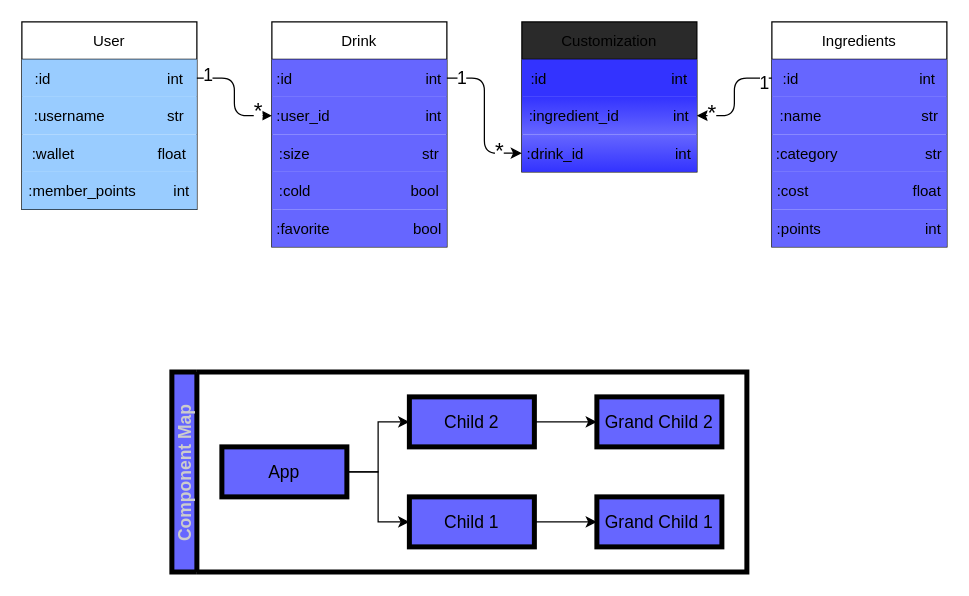
Before: !chart.drawio in peachyGB/BevBuy, a draw.io diagram. Source tidied: cells renumbered, new cells numbered last; positions are measured from the earlier drawing's top-left corner, leaving out a move shared by most shapes. Both pictures are drawn from the tidied source at 125%, with x=0, y=0 at pixel (21, 21).
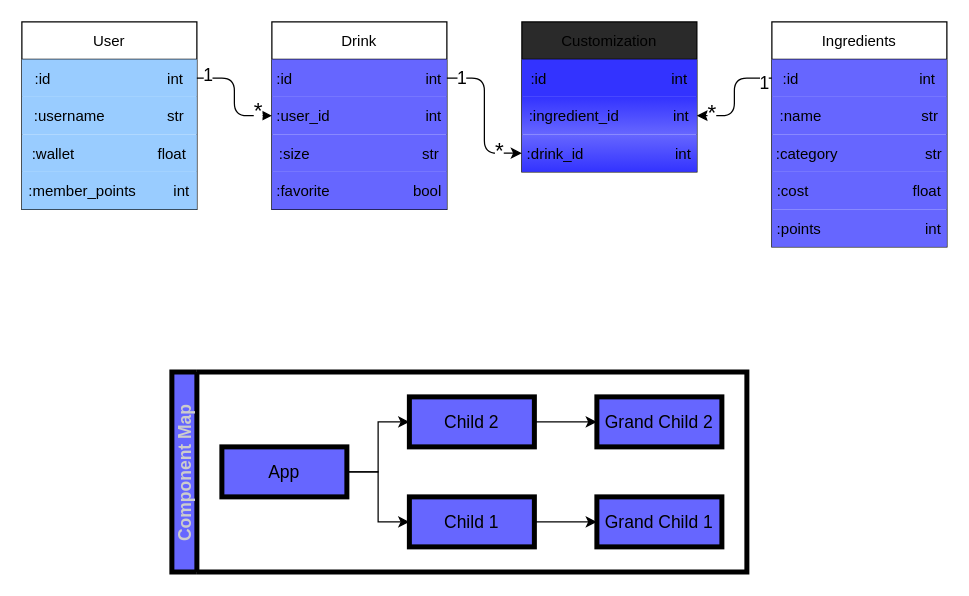
The same diagram, later.

Change to the diagram source:
```diff
@@
     <mxCell id="7" value="Drink" style="swimlane;fontStyle=0;horizontal=1;startSize=30;" parent="1" vertex="1">
-      <mxGeometry x="200" width="140" height="180" as="geometry" />
+      <mxGeometry x="200" width="140" height="150" as="geometry" />
     </mxCell>
@@
-    <mxCell id="11" value=":cold                        bool" style="text;strokeColor=none;fillColor=#6666FF;align=center;verticalAlign=middle;spacingLeft=4;spacingRight=4;overflow=hidden;" parent="7" vertex="1">
-      <mxGeometry y="120" width="140" height="30" as="geometry" />
-    </mxCell>
     <mxCell id="12" value=":favorite                    bool" style="text;strokeColor=none;fillColor=#6666FF;align=center;verticalAlign=middle;spacingLeft=4;spacingRight=4;overflow=hidden;" parent="7" vertex="1">
-      <mxGeometry y="150" width="140" height="30" as="geometry" />
+      <mxGeometry y="120" width="140" height="30" as="geometry" />
     </mxCell>
```
